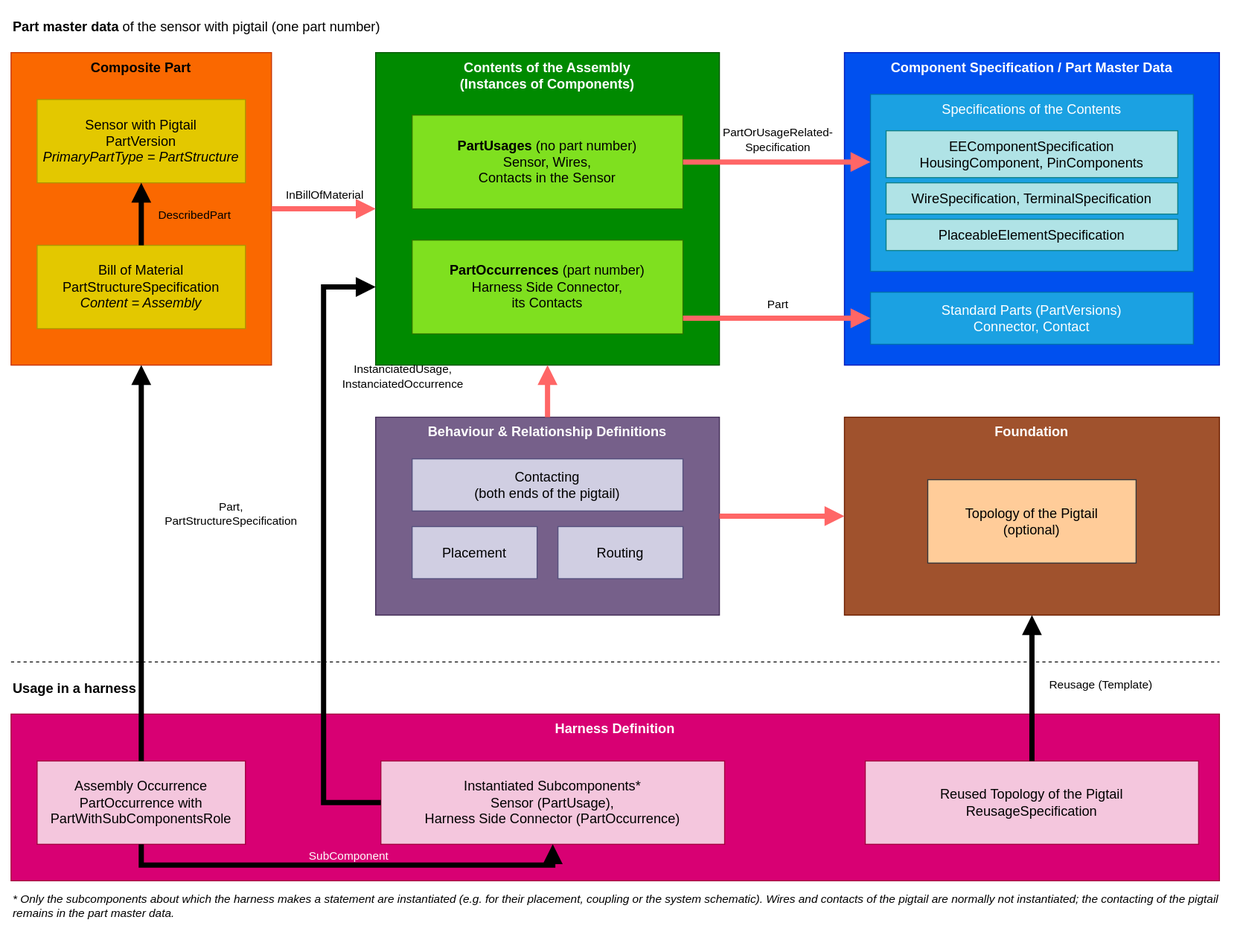
The draw.io diagram wiki/content/specifications/vec/guidelines/ee-components/pigtail/pigtail-building-blocks.svg in prostep-ivip-e-V/vec, before a commit. Source tidied: cells renumbered, new cells last; positions are measured from the earlier drawing's top-left corner, leaving out a move shared by most shapes.
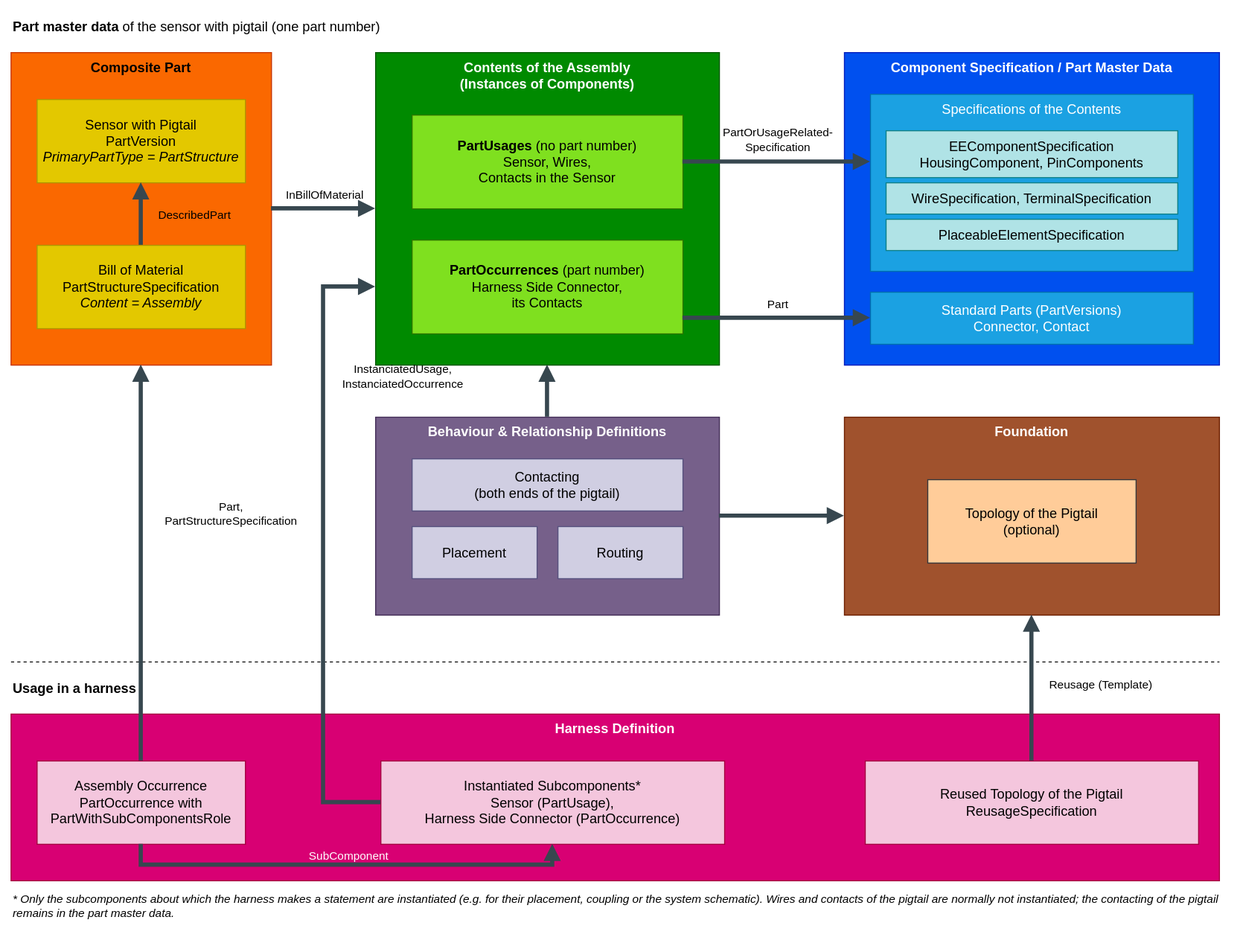
The same diagram one commit later.

Commit message:
E/E Components: E/E component with pigtail, one arrow colour in the building blocks figure (#1127)

All arrows have the same dark blue-grey colour, so they do not suggest different kinds of relationships and stay readable on white and on the coloured blocks.

Refs #1127

What changed in the source:
```diff
@@ -83,7 +83,7 @@
     <mxCell id="27" value="* Only the subcomponents about which the harness makes a statement are instantiated (e.g. for their placement, coupling or the system schematic). Wires and contacts of the pigtail are normally not instantiated; the contacting of the pigtail remains in the part master data." style="text;html=1;strokeColor=none;fillColor=none;align=left;verticalAlign=top;whiteSpace=wrap;rounded=0;fontSize=11;fontStyle=2;" parent="1" vertex="1">
       <mxGeometry y="840" width="1160" height="40" as="geometry" />
     </mxCell>
-    <mxCell id="28" style="endArrow=block;html=1;rounded=0;fontSize=13;strokeWidth=5;endFill=1;strokeColor=#000000;exitX=0.5;exitY=0;exitDx=0;exitDy=0;entryX=0.5;entryY=1;entryDx=0;entryDy=0;" parent="1" edge="1" source="5" target="4">
+    <mxCell id="28" style="endArrow=block;html=1;rounded=0;fontSize=13;strokeWidth=4;endFill=1;strokeColor=#37474F;exitX=0.5;exitY=0;exitDx=0;exitDy=0;entryX=0.5;entryY=1;entryDx=0;entryDy=0;" parent="1" edge="1" source="5" target="4">
       <mxGeometry relative="1" as="geometry" />
     </mxCell>
     <mxCell id="29" value="DescribedPart" style="edgeLabel;html=1;align=center;verticalAlign=middle;fontSize=11;labelBackgroundColor=none;fontColor=#000000;" parent="28" vertex="1">
@@ -91,7 +91,7 @@
         <mxPoint x="50" as="offset" />
       </mxGeometry>
     </mxCell>
-    <mxCell id="30" style="endArrow=block;html=1;rounded=0;fontSize=13;strokeWidth=5;endFill=1;fillColor=#bac8d3;strokeColor=#FF6666;exitX=1;exitY=0.5;exitDx=0;exitDy=0;entryX=0;entryY=0.5;entryDx=0;entryDy=0;" parent="1" edge="1" source="3" target="6">
+    <mxCell id="30" style="endArrow=block;html=1;rounded=0;fontSize=13;strokeWidth=4;endFill=1;strokeColor=#37474F;exitX=1;exitY=0.5;exitDx=0;exitDy=0;entryX=0;entryY=0.5;entryDx=0;entryDy=0;" parent="1" edge="1" source="3" target="6">
       <mxGeometry relative="1" as="geometry" />
     </mxCell>
     <mxCell id="31" value="InBillOfMaterial" style="edgeLabel;html=1;align=center;verticalAlign=middle;fontSize=11;labelBackgroundColor=none;fontColor=#000000;" parent="30" vertex="1">
@@ -99,7 +99,7 @@
         <mxPoint y="-14" as="offset" />
       </mxGeometry>
     </mxCell>
-    <mxCell id="32" style="endArrow=block;html=1;rounded=0;fontSize=13;strokeWidth=5;endFill=1;fillColor=#bac8d3;strokeColor=#FF6666;exitX=1;exitY=0.5;exitDx=0;exitDy=0;entryX=0;entryY=0.38235294117647056;entryDx=0;entryDy=0;" parent="1" edge="1" source="7" target="10">
+    <mxCell id="32" style="endArrow=block;html=1;rounded=0;fontSize=13;strokeWidth=4;endFill=1;strokeColor=#37474F;exitX=1;exitY=0.5;exitDx=0;exitDy=0;entryX=0;entryY=0.38235294117647056;entryDx=0;entryDy=0;" parent="1" edge="1" source="7" target="10">
       <mxGeometry relative="1" as="geometry" />
     </mxCell>
     <mxCell id="33" value="PartOrUsageRelated-&lt;br&gt;Specification" style="edgeLabel;html=1;align=center;verticalAlign=middle;fontSize=11;labelBackgroundColor=none;fontColor=#000000;" parent="32" vertex="1">
@@ -107,7 +107,7 @@
         <mxPoint y="-22" as="offset" />
       </mxGeometry>
     </mxCell>
-    <mxCell id="34" style="endArrow=block;html=1;rounded=0;fontSize=13;strokeWidth=5;endFill=1;fillColor=#bac8d3;strokeColor=#FF6666;exitX=1;exitY=0.8333333333333334;exitDx=0;exitDy=0;entryX=0;entryY=0.5;entryDx=0;entryDy=0;" parent="1" edge="1" source="8" target="14">
+    <mxCell id="34" style="endArrow=block;html=1;rounded=0;fontSize=13;strokeWidth=4;endFill=1;strokeColor=#37474F;exitX=1;exitY=0.8333333333333334;exitDx=0;exitDy=0;entryX=0;entryY=0.5;entryDx=0;entryDy=0;" parent="1" edge="1" source="8" target="14">
       <mxGeometry relative="1" as="geometry" />
     </mxCell>
     <mxCell id="35" value="Part" style="edgeLabel;html=1;align=center;verticalAlign=middle;fontSize=11;labelBackgroundColor=none;fontColor=#000000;" parent="34" vertex="1">
@@ -115,13 +115,13 @@
         <mxPoint y="-14" as="offset" />
       </mxGeometry>
     </mxCell>
-    <mxCell id="36" style="endArrow=block;html=1;rounded=0;fontSize=13;strokeWidth=5;endFill=1;fillColor=#bac8d3;strokeColor=#FF6666;exitX=0.5;exitY=0;exitDx=0;exitDy=0;entryX=0.5;entryY=1;entryDx=0;entryDy=0;" parent="1" edge="1" source="15" target="6">
+    <mxCell id="36" style="endArrow=block;html=1;rounded=0;fontSize=13;strokeWidth=4;endFill=1;strokeColor=#37474F;exitX=0.5;exitY=0;exitDx=0;exitDy=0;entryX=0.5;entryY=1;entryDx=0;entryDy=0;" parent="1" edge="1" source="15" target="6">
       <mxGeometry relative="1" as="geometry" />
     </mxCell>
-    <mxCell id="37" style="endArrow=block;html=1;rounded=0;fontSize=13;strokeWidth=5;endFill=1;fillColor=#bac8d3;strokeColor=#FF6666;exitX=1;exitY=0.5;exitDx=0;exitDy=0;entryX=0;entryY=0.5;entryDx=0;entryDy=0;" parent="1" edge="1" source="15" target="19">
+    <mxCell id="37" style="endArrow=block;html=1;rounded=0;fontSize=13;strokeWidth=4;endFill=1;strokeColor=#37474F;exitX=1;exitY=0.5;exitDx=0;exitDy=0;entryX=0;entryY=0.5;entryDx=0;entryDy=0;" parent="1" edge="1" source="15" target="19">
       <mxGeometry relative="1" as="geometry" />
     </mxCell>
-    <mxCell id="38" style="endArrow=block;html=1;rounded=0;fontSize=13;strokeWidth=5;endFill=1;strokeColor=#000000;exitX=0.5;exitY=0;exitDx=0;exitDy=0;entryX=0.5;entryY=1;entryDx=0;entryDy=0;" parent="1" edge="1" source="24" target="3">
+    <mxCell id="38" style="endArrow=block;html=1;rounded=0;fontSize=13;strokeWidth=4;endFill=1;strokeColor=#37474F;exitX=0.5;exitY=0;exitDx=0;exitDy=0;entryX=0.5;entryY=1;entryDx=0;entryDy=0;" parent="1" edge="1" source="24" target="3">
       <mxGeometry relative="1" as="geometry" />
     </mxCell>
     <mxCell id="39" value="Part,&lt;br&gt;PartStructureSpecification" style="edgeLabel;html=1;align=center;verticalAlign=middle;fontSize=11;labelBackgroundColor=none;fontColor=#000000;" parent="38" vertex="1">
@@ -129,7 +129,7 @@
         <mxPoint x="85" as="offset" />
       </mxGeometry>
     </mxCell>
-    <mxCell id="40" style="endArrow=block;html=1;rounded=0;fontSize=13;strokeWidth=5;endFill=1;strokeColor=#000000;edgeStyle=orthogonalEdgeStyle;exitX=0;exitY=0.5;exitDx=0;exitDy=0;entryX=0;entryY=0.75;entryDx=0;entryDy=0;" parent="1" edge="1" source="25" target="6">
+    <mxCell id="40" style="endArrow=block;html=1;rounded=0;fontSize=13;strokeWidth=4;endFill=1;strokeColor=#37474F;edgeStyle=orthogonalEdgeStyle;exitX=0;exitY=0.5;exitDx=0;exitDy=0;entryX=0;entryY=0.75;entryDx=0;entryDy=0;" parent="1" edge="1" source="25" target="6">
       <mxGeometry relative="1" as="geometry">
         <Array as="points">
           <mxPoint x="300" y="760" />
@@ -142,7 +142,7 @@
         <mxPoint x="75" as="offset" />
       </mxGeometry>
     </mxCell>
-    <mxCell id="42" style="endArrow=block;html=1;rounded=0;fontSize=13;strokeWidth=5;endFill=1;strokeColor=#000000;edgeStyle=orthogonalEdgeStyle;exitX=0.5;exitY=1;exitDx=0;exitDy=0;entryX=0.5;entryY=1;entryDx=0;entryDy=0;" parent="1" edge="1" source="24" target="25">
+    <mxCell id="42" style="endArrow=block;html=1;rounded=0;fontSize=13;strokeWidth=4;endFill=1;strokeColor=#37474F;edgeStyle=orthogonalEdgeStyle;exitX=0.5;exitY=1;exitDx=0;exitDy=0;entryX=0.5;entryY=1;entryDx=0;entryDy=0;" parent="1" edge="1" source="24" target="25">
       <mxGeometry relative="1" as="geometry">
         <Array as="points">
           <mxPoint x="125" y="820" />
@@ -155,7 +155,7 @@
         <mxPoint y="-10" as="offset" />
       </mxGeometry>
     </mxCell>
-    <mxCell id="44" style="endArrow=block;html=1;rounded=0;fontSize=13;strokeWidth=5;endFill=1;strokeColor=#000000;exitX=0.5;exitY=0;exitDx=0;exitDy=0;entryX=0.5;entryY=1;entryDx=0;entryDy=0;" parent="1" edge="1" source="26" target="19">
+    <mxCell id="44" style="endArrow=block;html=1;rounded=0;fontSize=13;strokeWidth=4;endFill=1;strokeColor=#37474F;exitX=0.5;exitY=0;exitDx=0;exitDy=0;entryX=0.5;entryY=1;entryDx=0;entryDy=0;" parent="1" edge="1" source="26" target="19">
       <mxGeometry relative="1" as="geometry" />
     </mxCell>
     <mxCell id="45" value="Reusage (Template)" style="edgeLabel;html=1;align=center;verticalAlign=middle;fontSize=11;labelBackgroundColor=none;fontColor=#000000;" parent="44" vertex="1">
```
